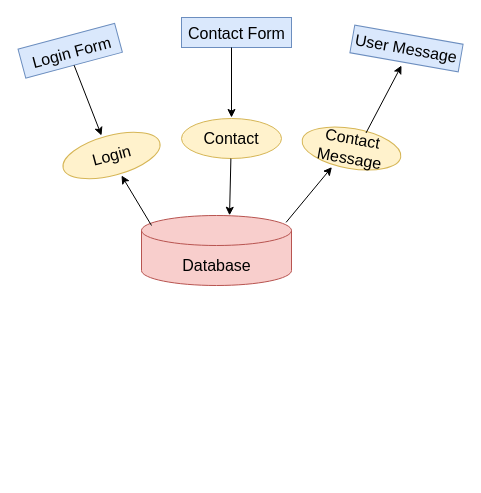
Before: page "Page-1" (1 of 2) of RZ-IFD.drawio in rebeccazeidenberg/datadiagrams, a draw.io diagram. Source tidied: cells renumbered, new cells numbered last; positions are measured from the earlier drawing's top-left corner, leaving out a move shared by most shapes. Both pictures are drawn from the tidied source at 100%, with x=0, y=0 at pixel (20, 17).
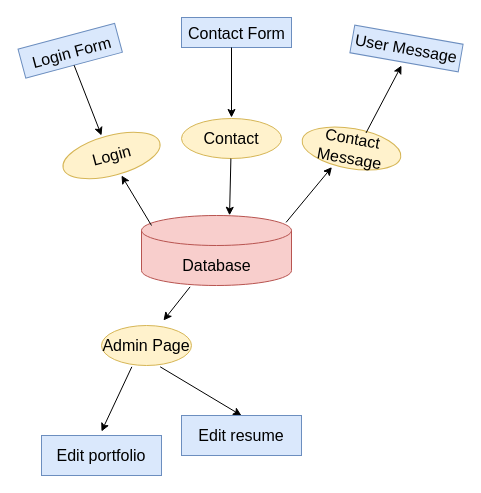
The same page after the edit.

Unchanged cells that the change refers to:
```xml
<mxCell id="2" style="shape=cylinder3;whiteSpace=wrap;html=1;boundedLbl=1;backgroundOutline=1;size=15;fillColor=#f8cecc;strokeColor=#b85450;" parent="1" vertex="1">
  <mxGeometry x="121" y="198" width="150" height="70" as="geometry" />
</mxCell>
```

Diff of the diagram source:
```diff
@@
+    <mxCell id="20" style="endArrow=classic;html=1;fontSize=16;exitX=0.324;exitY=1.019;exitDx=0;exitDy=0;exitPerimeter=0;" parent="1" edge="1" source="2">
+      <mxGeometry relative="1" as="geometry">
+        <mxPoint x="143" y="303" as="targetPoint" />
+      </mxGeometry>
+    </mxCell>
+    <mxCell id="21" value="Admin Page" style="ellipse;whiteSpace=wrap;html=1;fontSize=16;fillColor=#fff2cc;strokeColor=#d6b656;" parent="1" vertex="1">
+      <mxGeometry x="81" y="308" width="90" height="40" as="geometry" />
+    </mxCell>
+    <mxCell id="22" style="endArrow=classic;html=1;fontSize=16;exitX=0.337;exitY=1.033;exitDx=0;exitDy=0;exitPerimeter=0;" parent="1" edge="1" source="21">
+      <mxGeometry relative="1" as="geometry">
+        <mxPoint x="81" y="414" as="targetPoint" />
+      </mxGeometry>
+    </mxCell>
+    <mxCell id="23" value="Edit portfolio" style="rounded=0;whiteSpace=wrap;html=1;fontSize=16;fillColor=#dae8fc;strokeColor=#6c8ebf;" parent="1" vertex="1">
+      <mxGeometry x="21" y="418" width="120" height="40" as="geometry" />
+    </mxCell>
+    <mxCell id="24" style="endArrow=classic;html=1;fontSize=16;exitX=0.652;exitY=1.033;exitDx=0;exitDy=0;exitPerimeter=0;entryX=0.5;entryY=0;entryDx=0;entryDy=0;" parent="1" edge="1" source="21" target="25">
+      <mxGeometry relative="1" as="geometry" />
+    </mxCell>
+    <mxCell id="25" value="Edit resume" style="rounded=0;whiteSpace=wrap;html=1;fontSize=16;fillColor=#dae8fc;strokeColor=#6c8ebf;" parent="1" vertex="1">
+      <mxGeometry x="161" y="398" width="120" height="40" as="geometry" />
+    </mxCell>
```
